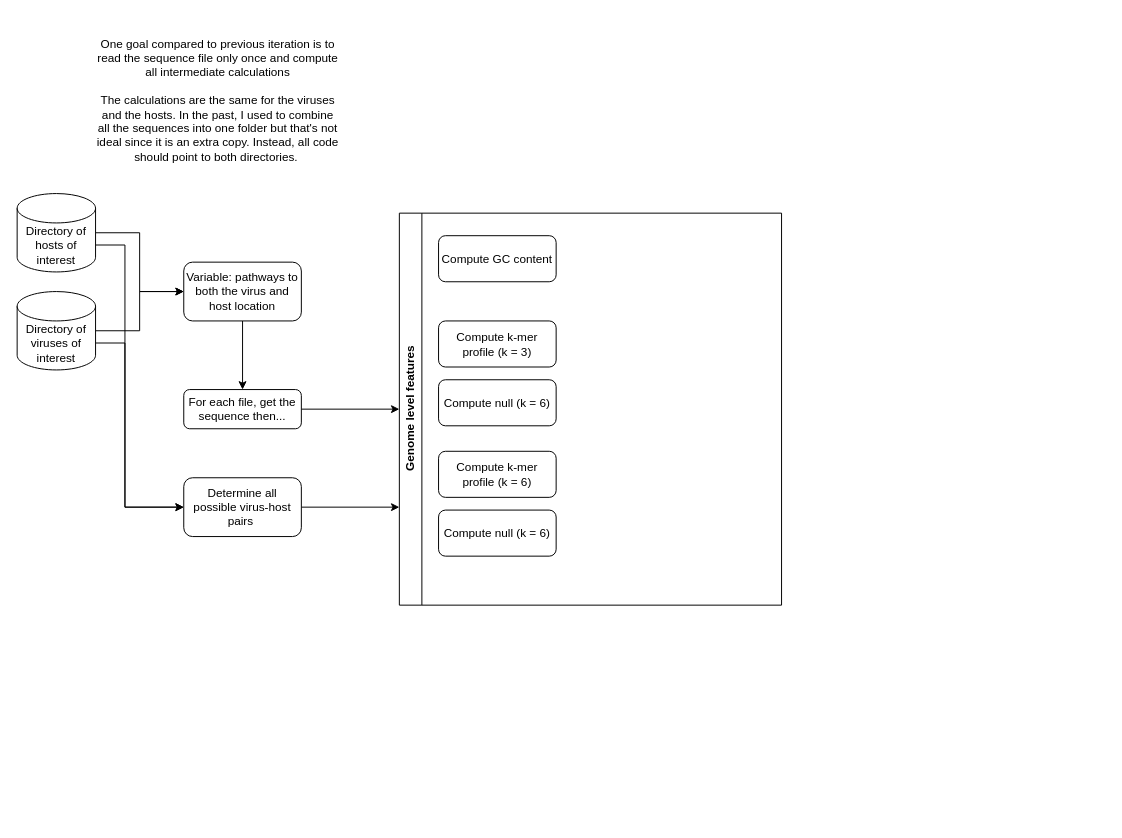
Above: design_documents/VIP_features_detailed.drawio in DuhaimeLab/VirusHostInteractionPredictor (draw.io), before the change. Source tidied: cells renumbered, new cells numbered last; positions are measured from the earlier drawing's top-left corner, leaving out a move shared by most shapes. Both pictures are drawn from the tidied source at 98%, with x=0, y=0 at pixel (17, 85).
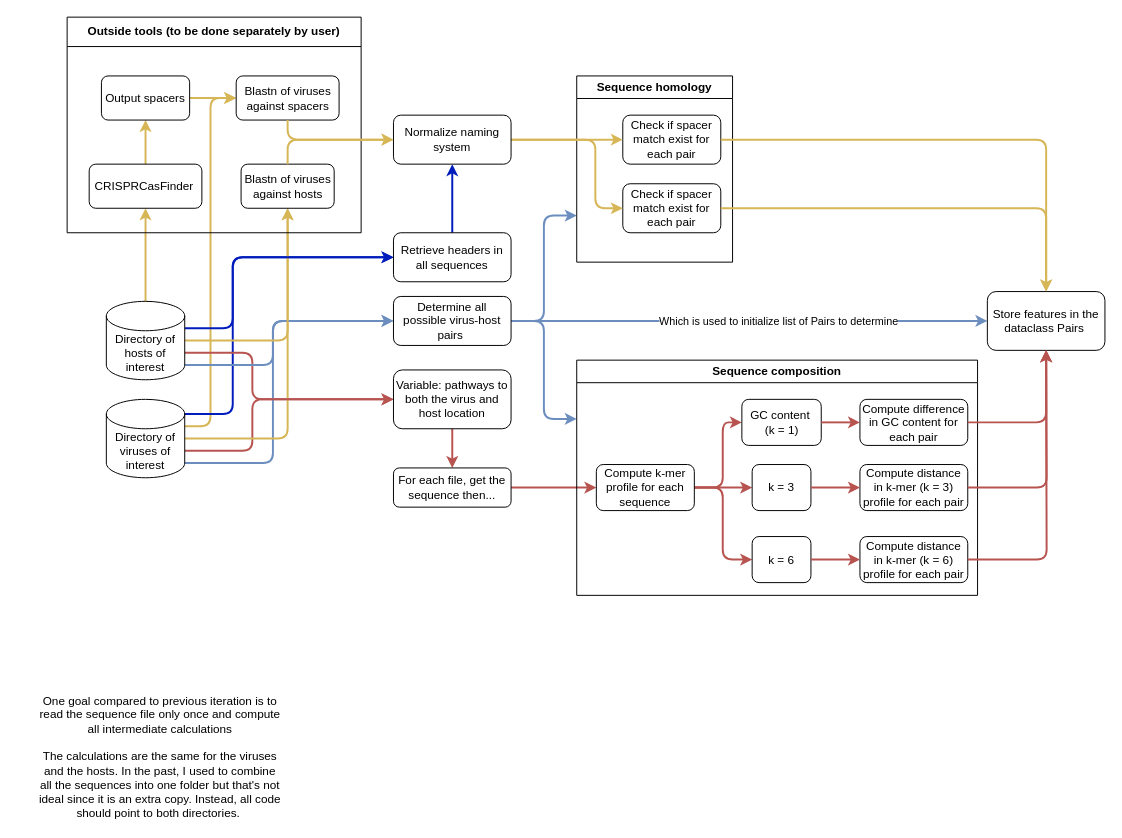
Above is the later version.

Commit message (it also covers changes not shown here):
updated detailed workflow to compute features

Change to the diagram source:
```diff
@@
-    <mxCell id="2" style="edgeStyle=orthogonalEdgeStyle;rounded=0;jettySize=auto;html=1;noJump=0;" parent="1" edge="1" source="4" target="18">
-      <mxGeometry relative="1" as="geometry" />
+    <mxCell id="2" style="edgeStyle=orthogonalEdgeStyle;jettySize=auto;html=1;noJump=0;fillColor=#f8cecc;strokeColor=#b85450;rounded=1;strokeWidth=2;exitX=1;exitY=0;exitDx=0;exitDy=52.5;exitPerimeter=0;" parent="1" edge="1" source="4" target="18">
+      <mxGeometry relative="1" as="geometry">
+        <Array as="points">
+          <mxPoint x="240" y="373" />
+          <mxPoint x="240" y="320" />
+        </Array>
+      </mxGeometry>
     </mxCell>
-    <mxCell id="3" style="edgeStyle=orthogonalEdgeStyle;rounded=0;jettySize=auto;html=1;exitX=1;exitY=0;exitDx=0;exitDy=52.5;exitPerimeter=0;entryX=0;entryY=0.5;entryDx=0;entryDy=0;" parent="1" edge="1" source="4" target="9">
+    <mxCell id="3" style="edgeStyle=orthogonalEdgeStyle;jettySize=auto;html=1;exitX=1;exitY=1;exitDx=0;exitDy=-15;exitPerimeter=0;entryX=0;entryY=0.5;entryDx=0;entryDy=0;fillColor=#dae8fc;strokeColor=#6c8ebf;rounded=1;strokeWidth=2;" parent="1" edge="1" source="4" target="9">
       <mxGeometry relative="1" as="geometry">
         <Array as="points">
-          <mxPoint x="110" y="263" />
-          <mxPoint x="110" y="430" />
+          <mxPoint x="261" y="385" />
+          <mxPoint x="261" y="240" />
         </Array>
       </mxGeometry>
     </mxCell>
+    <mxCell id="21" style="edgeStyle=orthogonalEdgeStyle;rounded=1;jettySize=auto;html=1;entryX=0.5;entryY=1;entryDx=0;entryDy=0;strokeWidth=2;fillColor=#fff2cc;strokeColor=#d6b656;" parent="1" edge="1" source="4" target="33">
+      <mxGeometry relative="1" as="geometry" />
+    </mxCell>
+    <mxCell id="22" style="edgeStyle=orthogonalEdgeStyle;rounded=1;jettySize=auto;html=1;exitX=1;exitY=0;exitDx=0;exitDy=27.5;exitPerimeter=0;strokeWidth=2;entryX=0;entryY=0.5;entryDx=0;entryDy=0;fillColor=#fff2cc;strokeColor=#d6b656;" parent="1" edge="1" source="4" target="38">
+      <mxGeometry relative="1" as="geometry" />
+    </mxCell>
+    <mxCell id="23" style="edgeStyle=orthogonalEdgeStyle;rounded=1;jettySize=auto;html=1;entryX=0;entryY=0.5;entryDx=0;entryDy=0;strokeWidth=2;fillColor=#0050ef;strokeColor=#001DBC;exitX=1;exitY=0;exitDx=0;exitDy=15;exitPerimeter=0;" parent="1" edge="1" source="4" target="57">
+      <mxGeometry relative="1" as="geometry">
+        <Array as="points">
+          <mxPoint x="220" y="335" />
+          <mxPoint x="220" y="175" />
+        </Array>
+      </mxGeometry>
+    </mxCell>
     <mxCell id="4" value="Directory of viruses of interest" style="shape=cylinder3;whiteSpace=wrap;html=1;boundedLbl=1;backgroundOutline=1;size=15;" parent="1" vertex="1">
-      <mxGeometry y="210" width="80" height="80" as="geometry" />
+      <mxGeometry x="91" y="320" width="80" height="80" as="geometry" />
     </mxCell>
-    <mxCell id="5" style="edgeStyle=orthogonalEdgeStyle;rounded=0;jettySize=auto;html=1;entryX=0;entryY=0.5;entryDx=0;entryDy=0;" parent="1" edge="1" source="7" target="18">
-      <mxGeometry relative="1" as="geometry" />
+    <mxCell id="5" style="edgeStyle=orthogonalEdgeStyle;jettySize=auto;html=1;entryX=0;entryY=0.5;entryDx=0;entryDy=0;fillColor=#f8cecc;strokeColor=#b85450;rounded=1;strokeWidth=2;exitX=1;exitY=0;exitDx=0;exitDy=52.5;exitPerimeter=0;" parent="1" edge="1" source="7" target="18">
+      <mxGeometry relative="1" as="geometry">
+        <Array as="points">
+          <mxPoint x="240" y="273" />
+          <mxPoint x="240" y="320" />
+        </Array>
+      </mxGeometry>
     </mxCell>
-    <mxCell id="6" style="edgeStyle=orthogonalEdgeStyle;rounded=0;jettySize=auto;html=1;exitX=1;exitY=0;exitDx=0;exitDy=52.5;exitPerimeter=0;entryX=0;entryY=0.5;entryDx=0;entryDy=0;noJump=0;" parent="1" edge="1" source="7" target="9">
+    <mxCell id="6" style="edgeStyle=orthogonalEdgeStyle;jettySize=auto;html=1;exitX=1;exitY=1;exitDx=0;exitDy=-15;exitPerimeter=0;entryX=0;entryY=0.5;entryDx=0;entryDy=0;noJump=0;fillColor=#dae8fc;strokeColor=#6c8ebf;rounded=1;strokeWidth=2;" parent="1" edge="1" source="7" target="9">
       <mxGeometry relative="1" as="geometry">
         <Array as="points">
-          <mxPoint x="110" y="163" />
-          <mxPoint x="110" y="430" />
+          <mxPoint x="261" y="285" />
+          <mxPoint x="261" y="240" />
         </Array>
       </mxGeometry>
     </mxCell>
+    <mxCell id="24" style="edgeStyle=orthogonalEdgeStyle;rounded=1;jettySize=auto;html=1;entryX=0.5;entryY=1;entryDx=0;entryDy=0;strokeWidth=2;fillColor=#fff2cc;strokeColor=#d6b656;" parent="1" edge="1" source="7" target="33">
+      <mxGeometry relative="1" as="geometry" />
+    </mxCell>
+    <mxCell id="25" style="edgeStyle=orthogonalEdgeStyle;rounded=1;jettySize=auto;html=1;entryX=0.5;entryY=1;entryDx=0;entryDy=0;strokeWidth=2;fillColor=#fff2cc;strokeColor=#d6b656;" parent="1" edge="1" source="7" target="35">
+      <mxGeometry relative="1" as="geometry" />
+    </mxCell>
+    <mxCell id="26" style="edgeStyle=orthogonalEdgeStyle;rounded=1;jettySize=auto;html=1;entryX=0;entryY=0.5;entryDx=0;entryDy=0;strokeWidth=2;fillColor=#0050ef;strokeColor=#001DBC;exitX=1;exitY=0;exitDx=0;exitDy=27.5;exitPerimeter=0;" parent="1" edge="1" source="7" target="57">
+      <mxGeometry relative="1" as="geometry">
+        <Array as="points">
+          <mxPoint x="220" y="248" />
+          <mxPoint x="220" y="175" />
+        </Array>
+      </mxGeometry>
+    </mxCell>
     <mxCell id="7" value="Directory of hosts of interest" style="shape=cylinder3;whiteSpace=wrap;html=1;boundedLbl=1;backgroundOutline=1;size=15;" parent="1" vertex="1">
-      <mxGeometry y="110" width="80" height="80" as="geometry" />
+      <mxGeometry x="91" y="220" width="80" height="80" as="geometry" />
     </mxCell>
-    <mxCell id="8" style="edgeStyle=orthogonalEdgeStyle;rounded=0;jettySize=auto;html=1;entryX=0;entryY=0.75;entryDx=0;entryDy=0;" parent="1" edge="1" source="9" target="10">
-      <mxGeometry relative="1" as="geometry" />
-    </mxCell>
+    <mxCell id="27" style="edgeStyle=orthogonalEdgeStyle;rounded=1;jettySize=auto;html=1;entryX=0;entryY=0.5;entryDx=0;entryDy=0;strokeWidth=2;fillColor=#dae8fc;strokeColor=#6c8ebf;" parent="1" edge="1" source="9" target="31">
+      <mxGeometry relative="1" as="geometry" />
+    </mxCell>
+    <mxCell id="28" value="Which is used to initialize list of Pairs to determine" style="edgeLabel;html=1;align=center;verticalAlign=middle;" parent="27" vertex="1">
+      <mxGeometry x="-0.19" relative="1" as="geometry">
+        <mxPoint x="75" as="offset" />
+      </mxGeometry>
+    </mxCell>
+    <mxCell id="29" style="edgeStyle=orthogonalEdgeStyle;rounded=1;jettySize=auto;html=1;entryX=0;entryY=0.25;entryDx=0;entryDy=0;strokeWidth=2;fillColor=#dae8fc;strokeColor=#6c8ebf;" parent="1" edge="1" source="9" target="39">
+      <mxGeometry relative="1" as="geometry" />
+    </mxCell>
+    <mxCell id="30" style="edgeStyle=orthogonalEdgeStyle;rounded=1;jettySize=auto;html=1;entryX=0;entryY=0.75;entryDx=0;entryDy=0;fillColor=#dae8fc;strokeColor=#6c8ebf;strokeWidth=2;" parent="1" edge="1" source="9" target="53">
+      <mxGeometry relative="1" as="geometry" />
+    </mxCell>
     <mxCell id="9" value="Determine all possible virus-host pairs&amp;nbsp;" style="rounded=1;whiteSpace=wrap;html=1;" parent="1" vertex="1">
-      <mxGeometry x="170" y="400" width="120" height="60" as="geometry" />
+      <mxGeometry x="384" y="215" width="120" height="50" as="geometry" />
     </mxCell>
-    <mxCell id="10" value="Genome level features" style="swimlane;horizontal=0;whiteSpace=wrap;html=1;" parent="1" vertex="1">
-      <mxGeometry x="390" y="130" width="390" height="400" as="geometry" />
-    </mxCell>
-    <mxCell id="11" value="Compute GC content" style="rounded=1;whiteSpace=wrap;html=1;" parent="10" vertex="1">
-      <mxGeometry x="40" y="23" width="120" height="47" as="geometry" />
-    </mxCell>
-    <mxCell id="12" value="Compute k-mer profile (k = 3)" style="rounded=1;whiteSpace=wrap;html=1;" parent="10" vertex="1">
-      <mxGeometry x="40" y="110" width="120" height="47" as="geometry" />
-    </mxCell>
-    <mxCell id="13" value="Compute k-mer profile (k = 6)" style="rounded=1;whiteSpace=wrap;html=1;" parent="10" vertex="1">
-      <mxGeometry x="40" y="243" width="120" height="47" as="geometry" />
-    </mxCell>
-    <mxCell id="14" value="Compute null (k = 6)" style="rounded=1;whiteSpace=wrap;html=1;" parent="10" vertex="1">
-      <mxGeometry x="40" y="303" width="120" height="47" as="geometry" />
-    </mxCell>
-    <mxCell id="15" value="Compute null (k = 6)" style="rounded=1;whiteSpace=wrap;html=1;" parent="10" vertex="1">
-      <mxGeometry x="40" y="170" width="120" height="47" as="geometry" />
-    </mxCell>
-    <mxCell id="16" value="One goal compared to previous iteration is to read the sequence file only once and compute all intermediate calculations&lt;br&gt;&lt;br&gt;The calculations are the same for the viruses and the hosts. In the past, I used to combine all the sequences into one folder but that's not ideal since it is an extra copy. Instead, all code should point to both directories.&amp;nbsp;" style="text;html=1;strokeColor=none;fillColor=none;align=center;verticalAlign=middle;whiteSpace=wrap;rounded=0;" parent="1" vertex="1">
-      <mxGeometry x="80" width="250" height="30" as="geometry" />
-    </mxCell>
-    <mxCell id="17" style="edgeStyle=orthogonalEdgeStyle;rounded=0;jettySize=auto;html=1;" parent="1" edge="1" source="18" target="20">
+    <mxCell id="17" style="edgeStyle=orthogonalEdgeStyle;jettySize=auto;html=1;fillColor=#f8cecc;strokeColor=#b85450;rounded=1;strokeWidth=2;" parent="1" edge="1" source="18" target="20">
       <mxGeometry relative="1" as="geometry" />
     </mxCell>
     <mxCell id="18" value="Variable: pathways to both the virus and host location" style="rounded=1;whiteSpace=wrap;html=1;" parent="1" vertex="1">
-      <mxGeometry x="170" y="180" width="120" height="60" as="geometry" />
+      <mxGeometry x="384" y="290" width="120" height="60" as="geometry" />
     </mxCell>
-    <mxCell id="19" style="edgeStyle=orthogonalEdgeStyle;rounded=0;jettySize=auto;html=1;entryX=0;entryY=0.5;entryDx=0;entryDy=0;" parent="1" edge="1" source="20" target="10">
+    <mxCell id="19" style="edgeStyle=orthogonalEdgeStyle;jettySize=auto;html=1;entryX=0;entryY=0.5;entryDx=0;entryDy=0;fillColor=#f8cecc;strokeColor=#b85450;rounded=1;strokeWidth=2;" parent="1" edge="1" source="20" target="43">
       <mxGeometry relative="1" as="geometry" />
     </mxCell>
     <mxCell id="20" value="For each file, get the sequence then..." style="rounded=1;whiteSpace=wrap;html=1;" parent="1" vertex="1">
-      <mxGeometry x="170" y="310" width="120" height="40" as="geometry" />
+      <mxGeometry x="384" y="390" width="120" height="40" as="geometry" />
     </mxCell>
+    <mxCell id="31" value="Store features in the dataclass Pairs&amp;nbsp;" style="rounded=1;whiteSpace=wrap;html=1;" parent="1" vertex="1">
+      <mxGeometry x="990" y="210" width="120" height="60" as="geometry" />
+    </mxCell>
+    <mxCell id="32" value="Outside tools (to be done separately by user)" style="swimlane;whiteSpace=wrap;html=1;startSize=30;" parent="1" vertex="1">
+      <mxGeometry x="51" y="-70" width="300" height="220" as="geometry" />
+    </mxCell>
+    <mxCell id="33" value="Blastn of viruses against hosts" style="rounded=1;whiteSpace=wrap;html=1;" parent="32" vertex="1">
+      <mxGeometry x="177.5" y="150" width="95" height="45" as="geometry" />
+    </mxCell>
+    <mxCell id="34" style="edgeStyle=orthogonalEdgeStyle;rounded=1;jettySize=auto;html=1;strokeWidth=2;fillColor=#fff2cc;strokeColor=#d6b656;" parent="32" edge="1" source="35" target="37">
+      <mxGeometry relative="1" as="geometry" />
+    </mxCell>
+    <mxCell id="35" value="CRISPRCasFinder&amp;nbsp;" style="rounded=1;whiteSpace=wrap;html=1;" parent="32" vertex="1">
+      <mxGeometry x="22.5" y="150" width="115" height="45" as="geometry" />
+    </mxCell>
+    <mxCell id="36" style="edgeStyle=orthogonalEdgeStyle;rounded=1;jettySize=auto;html=1;entryX=0;entryY=0.5;entryDx=0;entryDy=0;strokeWidth=2;fillColor=#fff2cc;strokeColor=#d6b656;" parent="32" edge="1" source="37" target="38">
+      <mxGeometry relative="1" as="geometry" />
+    </mxCell>
+    <mxCell id="37" value="Output spacers" style="rounded=1;whiteSpace=wrap;html=1;" parent="32" vertex="1">
+      <mxGeometry x="35" y="60" width="90" height="45" as="geometry" />
+    </mxCell>
+    <mxCell id="38" value="Blastn of viruses against spacers" style="rounded=1;whiteSpace=wrap;html=1;" parent="32" vertex="1">
+      <mxGeometry x="172.5" y="60" width="105" height="45" as="geometry" />
+    </mxCell>
+    <mxCell id="16" value="One goal compared to previous iteration is to read the sequence file only once and compute all intermediate calculations&lt;br&gt;&lt;br&gt;The calculations are the same for the viruses and the hosts. In the past, I used to combine all the sequences into one folder but that's not ideal since it is an extra copy. Instead, all code should point to both directories.&amp;nbsp;" style="text;html=1;strokeColor=none;fillColor=none;align=center;verticalAlign=middle;whiteSpace=wrap;rounded=0;" parent="1" vertex="1">
+      <mxGeometry x="21" y="670" width="250" height="30" as="geometry" />
+    </mxCell>
+    <mxCell id="39" value="Sequence composition&lt;br&gt;" style="swimlane;whiteSpace=wrap;html=1;" parent="1" vertex="1">
+      <mxGeometry x="571" y="280" width="409" height="240" as="geometry" />
+    </mxCell>
+    <mxCell id="40" style="edgeStyle=orthogonalEdgeStyle;rounded=1;jettySize=auto;html=1;entryX=0;entryY=0.5;entryDx=0;entryDy=0;strokeWidth=2;fillColor=#f8cecc;strokeColor=#b85450;" parent="39" edge="1" source="43" target="44">
+      <mxGeometry relative="1" as="geometry">
+        <Array as="points">
+          <mxPoint x="149" y="130" />
+          <mxPoint x="149" y="63" />
+        </Array>
+      </mxGeometry>
+    </mxCell>
+    <mxCell id="41" style="edgeStyle=orthogonalEdgeStyle;rounded=1;jettySize=auto;html=1;entryX=0;entryY=0.5;entryDx=0;entryDy=0;strokeWidth=2;fillColor=#f8cecc;strokeColor=#b85450;" parent="39" edge="1" source="43" target="45">
+      <mxGeometry relative="1" as="geometry" />
+    </mxCell>
+    <mxCell id="42" style="edgeStyle=orthogonalEdgeStyle;rounded=1;jettySize=auto;html=1;entryX=0;entryY=0.5;entryDx=0;entryDy=0;strokeWidth=2;fillColor=#f8cecc;strokeColor=#b85450;" parent="39" edge="1" source="43" target="46">
+      <mxGeometry relative="1" as="geometry">
+        <Array as="points">
+          <mxPoint x="149" y="130" />
+          <mxPoint x="149" y="203" />
+        </Array>
+      </mxGeometry>
+    </mxCell>
+    <mxCell id="43" value="Compute k-mer profile for each sequence" style="rounded=1;whiteSpace=wrap;html=1;" parent="39" vertex="1">
+      <mxGeometry x="20" y="106.5" width="100" height="47" as="geometry" />
+    </mxCell>
+    <mxCell id="44" value="GC content&amp;nbsp;&lt;br&gt;(k = 1)" style="rounded=1;whiteSpace=wrap;html=1;" parent="39" vertex="1">
+      <mxGeometry x="168.5" y="40" width="81" height="47" as="geometry" />
+    </mxCell>
+    <mxCell id="45" value="k = 3" style="rounded=1;whiteSpace=wrap;html=1;" parent="39" vertex="1">
+      <mxGeometry x="179" y="106.5" width="60" height="47" as="geometry" />
+    </mxCell>
+    <mxCell id="46" value="k = 6" style="rounded=1;whiteSpace=wrap;html=1;" parent="39" vertex="1">
+      <mxGeometry x="179" y="180" width="60" height="47" as="geometry" />
+    </mxCell>
+    <mxCell id="47" value="Compute difference in GC content for each pair" style="rounded=1;whiteSpace=wrap;html=1;" parent="39" vertex="1">
+      <mxGeometry x="289" y="40" width="110" height="47" as="geometry" />
+    </mxCell>
+    <mxCell id="48" style="edgeStyle=orthogonalEdgeStyle;rounded=1;jettySize=auto;html=1;entryX=0;entryY=0.5;entryDx=0;entryDy=0;strokeWidth=2;fillColor=#f8cecc;strokeColor=#b85450;" parent="39" edge="1" source="44" target="47">
+      <mxGeometry relative="1" as="geometry" />
+    </mxCell>
+    <mxCell id="49" value="Compute distance in k-mer (k = 3) profile for each pair" style="rounded=1;whiteSpace=wrap;html=1;" parent="39" vertex="1">
+      <mxGeometry x="289" y="106.5" width="110" height="47" as="geometry" />
+    </mxCell>
+    <mxCell id="50" style="edgeStyle=orthogonalEdgeStyle;rounded=1;jettySize=auto;html=1;entryX=0;entryY=0.5;entryDx=0;entryDy=0;strokeWidth=2;fillColor=#f8cecc;strokeColor=#b85450;" parent="39" edge="1" source="45" target="49">
+      <mxGeometry relative="1" as="geometry" />
+    </mxCell>
+    <mxCell id="51" value="Compute distance in k-mer (k = 6) profile for each pair" style="rounded=1;whiteSpace=wrap;html=1;" parent="39" vertex="1">
+      <mxGeometry x="289" y="180" width="110" height="47" as="geometry" />
+    </mxCell>
+    <mxCell id="52" style="edgeStyle=orthogonalEdgeStyle;rounded=1;jettySize=auto;html=1;entryX=0;entryY=0.5;entryDx=0;entryDy=0;strokeWidth=2;fillColor=#f8cecc;strokeColor=#b85450;" parent="39" edge="1" source="46" target="51">
+      <mxGeometry relative="1" as="geometry" />
+    </mxCell>
+    <mxCell id="53" value="Sequence homology" style="swimlane;whiteSpace=wrap;html=1;" parent="1" vertex="1">
+      <mxGeometry x="571" y="-10" width="159" height="190" as="geometry" />
+    </mxCell>
+    <mxCell id="54" value="Check if spacer match exist for each pair" style="rounded=1;whiteSpace=wrap;html=1;" parent="53" vertex="1">
+      <mxGeometry x="47" y="40" width="100" height="50" as="geometry" />
+    </mxCell>
+    <mxCell id="55" value="Check if spacer match exist for each pair" style="rounded=1;whiteSpace=wrap;html=1;" parent="53" vertex="1">
+      <mxGeometry x="47" y="110" width="100" height="50" as="geometry" />
+    </mxCell>
+    <mxCell id="56" style="edgeStyle=orthogonalEdgeStyle;rounded=1;jettySize=auto;html=1;entryX=0.5;entryY=1;entryDx=0;entryDy=0;strokeWidth=2;fillColor=#0050ef;strokeColor=#001DBC;" parent="1" edge="1" source="57" target="60">
+      <mxGeometry relative="1" as="geometry" />
+    </mxCell>
+    <mxCell id="57" value="Retrieve headers in all sequences" style="rounded=1;whiteSpace=wrap;html=1;" parent="1" vertex="1">
+      <mxGeometry x="384" y="150" width="120" height="50" as="geometry" />
+    </mxCell>
+    <mxCell id="58" style="edgeStyle=orthogonalEdgeStyle;rounded=1;jettySize=auto;html=1;entryX=0;entryY=0.5;entryDx=0;entryDy=0;strokeWidth=2;fillColor=#fff2cc;strokeColor=#d6b656;" parent="1" edge="1" source="60" target="54">
+      <mxGeometry relative="1" as="geometry" />
+    </mxCell>
+    <mxCell id="59" style="edgeStyle=orthogonalEdgeStyle;rounded=1;jettySize=auto;html=1;entryX=0;entryY=0.5;entryDx=0;entryDy=0;strokeWidth=2;fillColor=#fff2cc;strokeColor=#d6b656;" parent="1" edge="1" source="60" target="55">
+      <mxGeometry relative="1" as="geometry">
+        <Array as="points">
+          <mxPoint x="590" y="55" />
+          <mxPoint x="590" y="125" />
+        </Array>
+      </mxGeometry>
+    </mxCell>
+    <mxCell id="60" value="Normalize naming system" style="rounded=1;whiteSpace=wrap;html=1;" parent="1" vertex="1">
+      <mxGeometry x="384" y="30" width="120" height="50" as="geometry" />
+    </mxCell>
+    <mxCell id="61" style="edgeStyle=orthogonalEdgeStyle;rounded=1;jettySize=auto;html=1;entryX=0;entryY=0.5;entryDx=0;entryDy=0;strokeWidth=2;exitX=0.5;exitY=1;exitDx=0;exitDy=0;fillColor=#fff2cc;strokeColor=#d6b656;" parent="1" edge="1" source="38" target="60">
+      <mxGeometry relative="1" as="geometry" />
+    </mxCell>
+    <mxCell id="62" style="edgeStyle=orthogonalEdgeStyle;rounded=1;jettySize=auto;html=1;entryX=0;entryY=0.5;entryDx=0;entryDy=0;strokeWidth=2;exitX=0.5;exitY=0;exitDx=0;exitDy=0;fillColor=#fff2cc;strokeColor=#d6b656;" parent="1" edge="1" source="33" target="60">
+      <mxGeometry relative="1" as="geometry" />
+    </mxCell>
+    <mxCell id="63" style="edgeStyle=orthogonalEdgeStyle;rounded=1;jettySize=auto;html=1;entryX=0.5;entryY=1;entryDx=0;entryDy=0;strokeWidth=2;fillColor=#f8cecc;strokeColor=#b85450;" parent="1" edge="1" source="47" target="31">
+      <mxGeometry relative="1" as="geometry" />
+    </mxCell>
+    <mxCell id="64" style="edgeStyle=orthogonalEdgeStyle;rounded=1;jettySize=auto;html=1;strokeWidth=2;fillColor=#f8cecc;strokeColor=#b85450;" parent="1" edge="1" source="49">
+      <mxGeometry relative="1" as="geometry">
+        <mxPoint x="1050" y="270" as="targetPoint" />
+      </mxGeometry>
+    </mxCell>
+    <mxCell id="65" style="edgeStyle=orthogonalEdgeStyle;rounded=1;jettySize=auto;html=1;strokeWidth=2;fillColor=#f8cecc;strokeColor=#b85450;" parent="1" edge="1" source="51">
+      <mxGeometry relative="1" as="geometry">
+        <mxPoint x="1050" y="270" as="targetPoint" />
+      </mxGeometry>
+    </mxCell>
+    <mxCell id="66" style="edgeStyle=orthogonalEdgeStyle;rounded=1;jettySize=auto;html=1;entryX=0.5;entryY=0;entryDx=0;entryDy=0;strokeWidth=2;fillColor=#fff2cc;strokeColor=#d6b656;" parent="1" edge="1" source="54" target="31">
+      <mxGeometry relative="1" as="geometry" />
+    </mxCell>
+    <mxCell id="67" style="edgeStyle=orthogonalEdgeStyle;rounded=1;jettySize=auto;html=1;strokeWidth=2;fillColor=#fff2cc;strokeColor=#d6b656;" parent="1" edge="1" source="55" target="31">
+      <mxGeometry relative="1" as="geometry" />
+    </mxCell>
```
